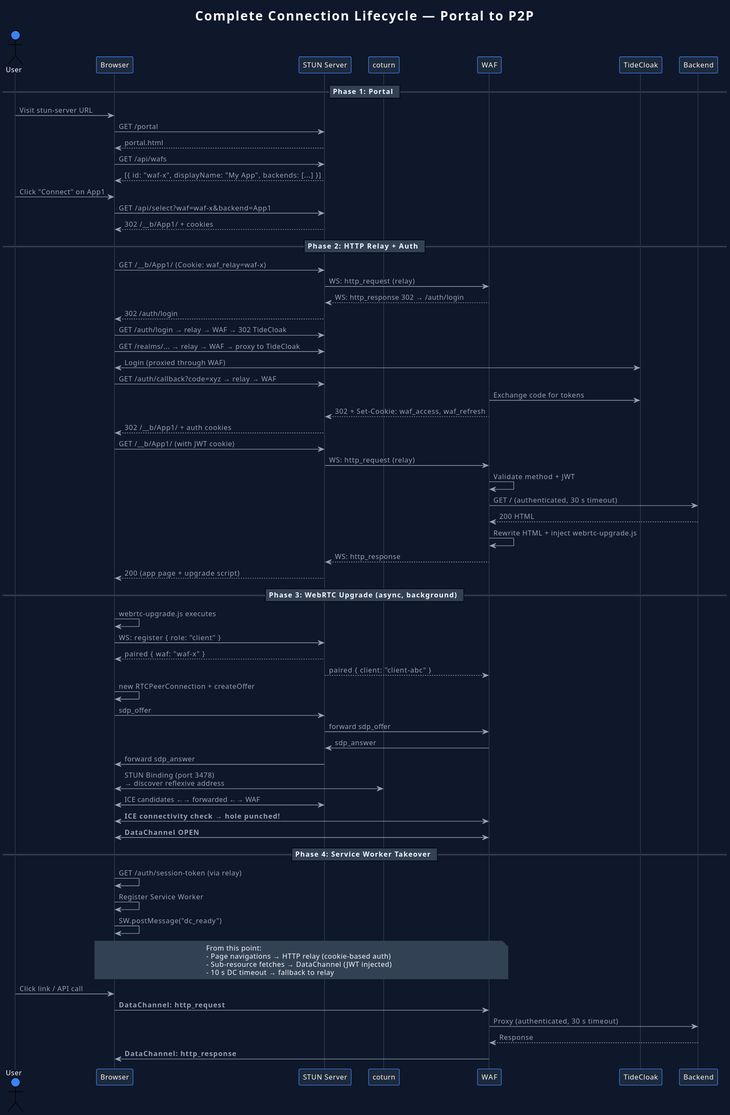
This is bridges/punchd-bridge/docs/diagrams/complete-lifecycle.svg from tide-foundation/keylessh-m2, a PlantUML export, as it was before one commit.
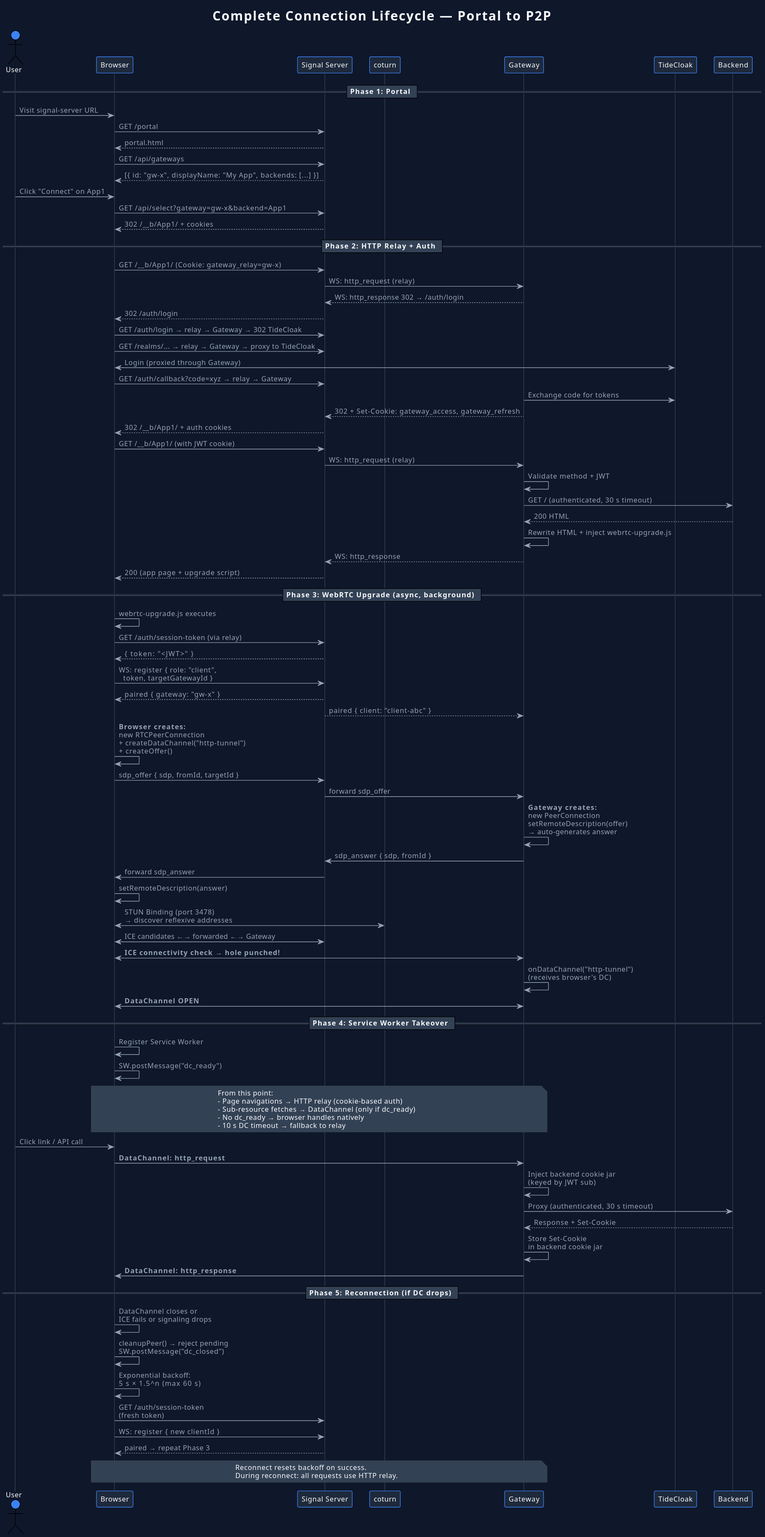
The same diagram one commit later.

Change to the diagram source:
```diff
@@ -25,82 +25,106 @@
 
 actor "User" as user #3b82f6
 participant "Browser" as browser #1e293b
-participant "STUN Server" as stun #1e293b
+participant "Signal Server" as stun #1e293b
 participant "coturn" as coturn #1e293b
-participant "WAF" as waf #1e293b
+participant "Gateway" as gw #1e293b
 participant "TideCloak" as tc #1e293b
 participant "Backend" as backend #1e293b
 
 == Phase 1: Portal ==
 
-user -> browser : Visit stun-server URL
+user -> browser : Visit signal-server URL
 browser -> stun : GET /portal
 stun --> browser : portal.html
-browser -> stun : GET /api/wafs
-stun --> browser : [{ id: "waf-x", displayName: "My App", backends: [...] }]
+browser -> stun : GET /api/gateways
+stun --> browser : [{ id: "gw-x", displayName: "My App", backends: [...] }]
 user -> browser : Click "Connect" on App1
-browser -> stun : GET /api/select?waf=waf-x&backend=App1
+browser -> stun : GET /api/select?gateway=gw-x&backend=App1
 stun --> browser : 302 /__b/App1/ + cookies
 
 == Phase 2: HTTP Relay + Auth ==
 
-browser -> stun : GET /__b/App1/ (Cookie: waf_relay=waf-x)
-stun -> waf : WS: http_request (relay)
-waf --> stun : WS: http_response 302 → /auth/login
+browser -> stun : GET /__b/App1/ (Cookie: gateway_relay=gw-x)
+stun -> gw : WS: http_request (relay)
+gw --> stun : WS: http_response 302 → /auth/login
 stun --> browser : 302 /auth/login
 
-browser -> stun : GET /auth/login → relay → WAF → 302 TideCloak
-browser -> stun : GET /realms/... → relay → WAF → proxy to TideCloak
-browser <-> tc : Login (proxied through WAF)
-browser -> stun : GET /auth/callback?code=xyz → relay → WAF
-waf -> tc : Exchange code for tokens
-waf --> stun : 302 + Set-Cookie: waf_access, waf_refresh
+browser -> stun : GET /auth/login → relay → Gateway → 302 TideCloak
+browser -> stun : GET /realms/... → relay → Gateway → proxy to TideCloak
+browser <-> tc : Login (proxied through Gateway)
+browser -> stun : GET /auth/callback?code=xyz → relay → Gateway
+gw -> tc : Exchange code for tokens
+gw --> stun : 302 + Set-Cookie: gateway_access, gateway_refresh
 stun --> browser : 302 /__b/App1/ + auth cookies
 
 browser -> stun : GET /__b/App1/ (with JWT cookie)
-stun -> waf : WS: http_request (relay)
-waf -> waf : Validate method + JWT
-waf -> backend : GET / (authenticated, 30 s timeout)
-backend --> waf : 200 HTML
-waf -> waf : Rewrite HTML + inject webrtc-upgrade.js
-waf --> stun : WS: http_response
+stun -> gw : WS: http_request (relay)
+gw -> gw : Validate method + JWT
+gw -> backend : GET / (authenticated, 30 s timeout)
+backend --> gw : 200 HTML
+gw -> gw : Rewrite HTML + inject webrtc-upgrade.js
+gw --> stun : WS: http_response
 stun --> browser : 200 (app page + upgrade script)
 
 == Phase 3: WebRTC Upgrade (async, background) ==
 
 browser -> browser : webrtc-upgrade.js executes
-browser -> stun : WS: register { role: "client" }
-stun --> browser : paired { waf: "waf-x" }
-stun --> waf : paired { client: "client-abc" }
+browser -> stun : GET /auth/session-token (via relay)
+stun --> browser : { token: "<JWT>" }
 
-browser -> browser : new RTCPeerConnection + createOffer
-browser -> stun : sdp_offer
-stun -> waf : forward sdp_offer
-waf -> stun : sdp_answer
+browser -> stun : WS: register { role: "client",\n  token, targetGatewayId }
+stun --> browser : paired { gateway: "gw-x" }
+stun --> gw : paired { client: "client-abc" }
+
+browser -> browser : **Browser creates:**\nnew RTCPeerConnection\n+ createDataChannel("http-tunnel")\n+ createOffer()
+browser -> stun : sdp_offer { sdp, fromId, targetId }
+stun -> gw : forward sdp_offer
+
+gw -> gw : **Gateway creates:**\nnew PeerConnection\nsetRemoteDescription(offer)\n→ auto-generates answer
+gw -> stun : sdp_answer { sdp, fromId }
 stun -> browser : forward sdp_answer
+browser -> browser : setRemoteDescription(answer)
 
-browser <-> coturn : STUN Binding (port 3478)\n→ discover reflexive address
-browser <-> stun : ICE candidates ←→ forwarded ←→ WAF
-browser <-> waf : **ICE connectivity check → hole punched!**
+browser <-> coturn : STUN Binding (port 3478)\n→ discover reflexive addresses
+browser <-> stun : ICE candidates ←→ forwarded ←→ Gateway
+browser <-> gw : **ICE connectivity check → hole punched!**
 
-browser <-> waf : **DataChannel OPEN**
+gw -> gw : onDataChannel("http-tunnel")\n(receives browser's DC)
+browser <-> gw : **DataChannel OPEN**
 
 == Phase 4: Service Worker Takeover ==
 
-browser -> browser : GET /auth/session-token (via relay)
 browser -> browser : Register Service Worker
 browser -> browser : SW.postMessage("dc_ready")
 
-note over browser, waf #334155
+note over browser, gw #334155
   From this point:
   - Page navigations → HTTP relay (cookie-based auth)
-  - Sub-resource fetches → DataChannel (JWT injected)
+  - Sub-resource fetches → DataChannel (only if dc_ready)
+  - No dc_ready → browser handles natively
   - 10 s DC timeout → fallback to relay
 end note
 
 user -> browser : Click link / API call
-browser -> waf : **DataChannel: http_request**
-waf -> backend : Proxy (authenticated, 30 s timeout)
-backend --> waf : Response
-waf -> browser : **DataChannel: http_response**
+browser -> gw : **DataChannel: http_request**
+gw -> gw : Inject backend cookie jar\n(keyed by JWT sub)
+gw -> backend : Proxy (authenticated, 30 s timeout)
+backend --> gw : Response + Set-Cookie
+gw -> gw : Store Set-Cookie\nin backend cookie jar
+gw -> browser : **DataChannel: http_response**
+
+== Phase 5: Reconnection (if DC drops) ==
+
+browser -> browser : DataChannel closes or\nICE fails or signaling drops
+browser -> browser : cleanupPeer() → reject pending\nSW.postMessage("dc_closed")
+browser -> browser : Exponential backoff:\n5 s × 1.5^n (max 60 s)
+
+browser -> stun : GET /auth/session-token\n(fresh token)
+browser -> stun : WS: register { new clientId }
+stun --> browser : paired → repeat Phase 3
+
+note over browser, gw #334155
+  Reconnect resets backoff on success.
+  During reconnect: all requests use HTTP relay.
+end note
 @enduml
```
